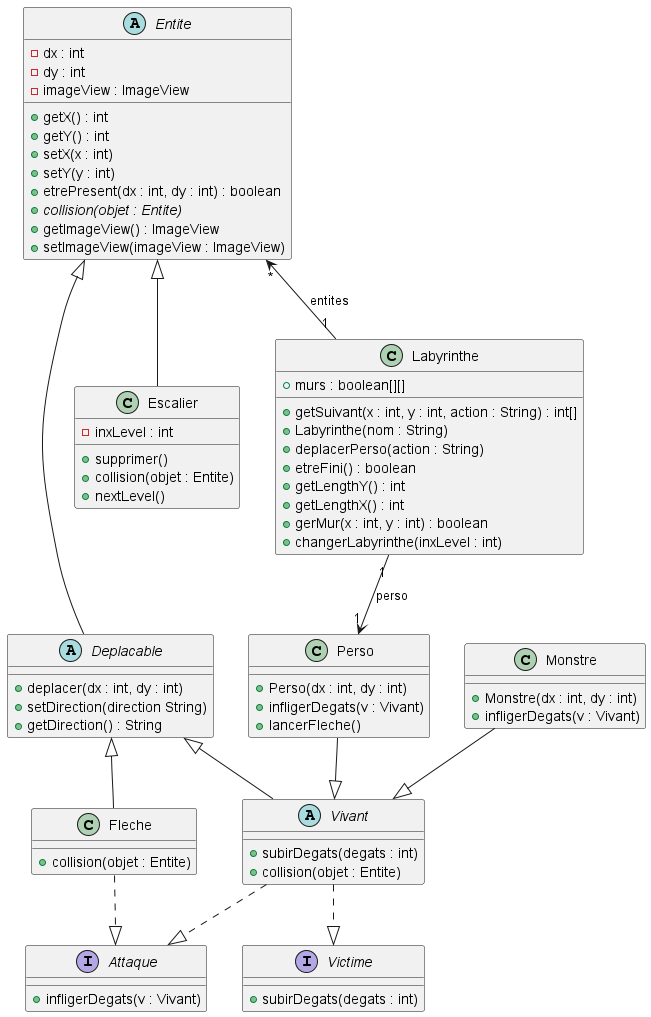
Before: documents/version_3/diag_classe_v3.png, a diagram exported from PlantUML (remi-choffat/2024_Zeldiablo_remi-choffat_Cesareuh_katrinltvnv).
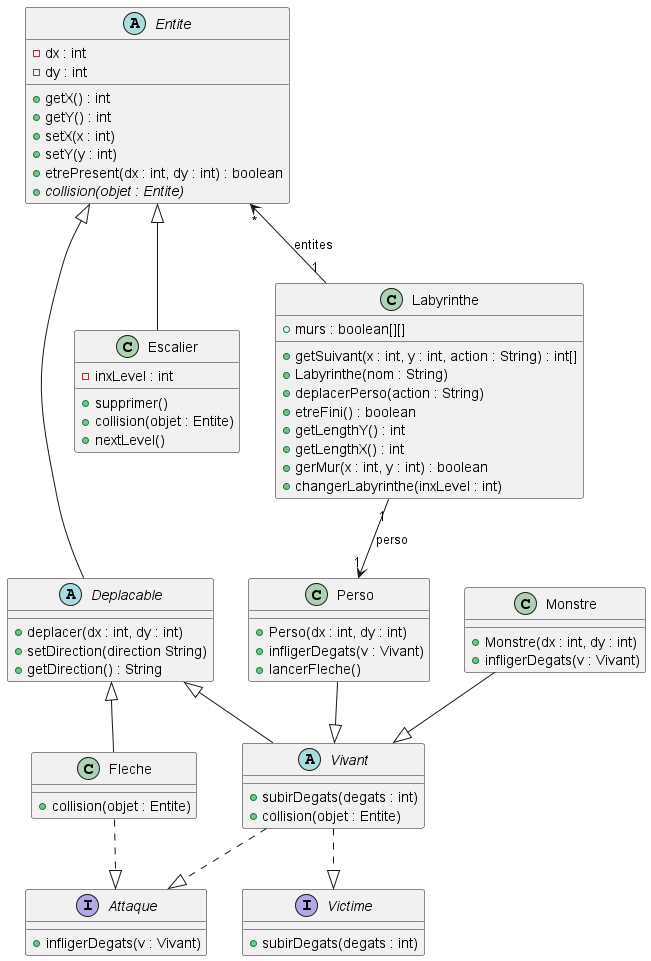
After the change.

Commit message:
Ajout du diagramme de séquence de changerNiveau()

Change to the diagram source:
```diff
@@ -3,15 +3,12 @@
 abstract class Entite{
 -dx : int
 -dy : int
--imageView : ImageView
 +getX() : int
 +getY() : int
 +setX(x : int)
 +setY(y : int)
 +etrePresent(dx : int, dy : int) : boolean
 +{abstract}collision(objet : Entite)
-+getImageView() : ImageView
-+setImageView(imageView : ImageView)
 }
 
 abstract class Deplacable{
```
